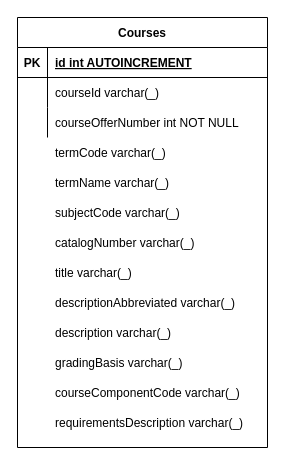
Above: design/Untitled Diagram.drawio in GauravTalreja/ebb (draw.io), before the change. Source tidied: cells renumbered, new cells numbered last; positions are measured from the earlier drawing's top-left corner, leaving out a move shared by most shapes. Both pictures are drawn from the tidied source at 100%, with x=0, y=0 at pixel (17, 17).
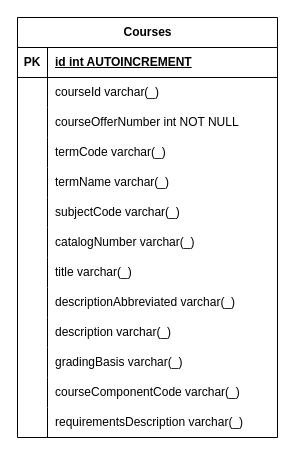
The same diagram, later.

What changed in the source:
```diff
@@
-    <mxCell id="2" value="Courses" style="shape=table;startSize=30;childLayout=tableLayout;rowLines=0;fontStyle=1;align=center;" parent="1" vertex="1">
-      <mxGeometry width="250" height="430" as="geometry" />
+    <mxCell id="2" value="Courses" style="shape=table;startSize=30;childLayout=tableLayout;rowLines=0;fontStyle=1;align=center;html=1;" parent="1" vertex="1">
+      <mxGeometry width="260" height="420" as="geometry" />
     </mxCell>
-    <mxCell id="3" style="shape=partialRectangle;fillColor=none;top=0;left=0;right=0;bottom=1;" parent="2" vertex="1">
-      <mxGeometry y="30" width="250" height="30" as="geometry" />
-    </mxCell>
+    <mxCell id="42" style="shape=tableRow;horizontal=0;startSize=0;swimlaneHead=0;swimlaneBody=0;fillColor=none;top=0;left=0;right=0;bottom=1;" parent="2" vertex="1">
+      <mxGeometry y="30" width="260" height="30" as="geometry" />
+    </mxCell>
-    <mxCell id="4" value="PK" style="shape=partialRectangle;overflow=hidden;fillColor=none;top=0;left=0;bottom=0;right=0;fontStyle=1;" parent="3" vertex="1">
+    <mxCell id="4" value="PK" style="shape=partialRectangle;fillColor=none;top=0;left=0;bottom=0;right=0;fontStyle=1;overflow=hidden;whiteSpace=wrap;html=1;" parent="42" vertex="1">
       <mxGeometry width="30" height="30" as="geometry" />
     </mxCell>
-    <mxCell id="5" value="id int AUTOINCREMENT" style="shape=partialRectangle;overflow=hidden;fillColor=none;top=0;left=0;bottom=0;right=0;align=left;spacingLeft=6;fontStyle=5;" parent="3" vertex="1">
-      <mxGeometry x="30" width="220" height="30" as="geometry" />
+    <mxCell id="5" value="id&amp;nbsp;int AUTOINCREMENT" style="shape=partialRectangle;fillColor=none;top=0;left=0;bottom=0;right=0;align=left;spacingLeft=6;fontStyle=5;overflow=hidden;whiteSpace=wrap;html=1;" parent="42" vertex="1">
+      <mxGeometry x="30" width="230" height="30" as="geometry" />
     </mxCell>
-    <mxCell id="6" style="shape=partialRectangle;fillColor=none;top=0;left=0;right=0;bottom=0;" parent="2" vertex="1">
-      <mxGeometry y="60" width="250" height="30" as="geometry" />
-    </mxCell>
-    <mxCell id="7" style="shape=partialRectangle;overflow=hidden;fillColor=none;top=0;left=0;bottom=0;right=0;" parent="6" vertex="1">
-      <mxGeometry width="30" height="30" as="geometry" />
-    </mxCell>
+    <mxCell id="43" style="shape=tableRow;horizontal=0;startSize=0;swimlaneHead=0;swimlaneBody=0;fillColor=none;top=0;left=0;right=0;bottom=0;" parent="2" vertex="1">
+      <mxGeometry y="60" width="260" height="30" as="geometry" />
+    </mxCell>
+    <mxCell id="44" style="shape=partialRectangle;fillColor=none;top=0;left=0;bottom=0;right=0;overflow=hidden;whiteSpace=wrap;html=1;" parent="43" vertex="1">
+      <mxGeometry width="30" height="30" as="geometry" />
+    </mxCell>
-    <mxCell id="8" value="courseId varchar(_)" style="shape=partialRectangle;overflow=hidden;fillColor=none;top=0;left=0;bottom=0;right=0;align=left;spacingLeft=6;" parent="6" vertex="1">
-      <mxGeometry x="30" width="220" height="30" as="geometry" />
+    <mxCell id="8" value="courseId varchar(_)" style="shape=partialRectangle;fillColor=none;top=0;left=0;bottom=0;right=0;align=left;spacingLeft=6;overflow=hidden;whiteSpace=wrap;html=1;" parent="43" vertex="1">
+      <mxGeometry x="30" width="230" height="30" as="geometry" />
     </mxCell>
-    <mxCell id="9" style="shape=partialRectangle;fillColor=none;top=0;left=0;right=0;bottom=0;" parent="2" vertex="1">
-      <mxGeometry y="90" width="250" height="30" as="geometry" />
-    </mxCell>
-    <mxCell id="10" style="shape=partialRectangle;overflow=hidden;fillColor=none;top=0;left=0;bottom=0;right=0;" parent="9" vertex="1">
-      <mxGeometry width="30" height="30" as="geometry" />
-    </mxCell>
+    <mxCell id="45" style="shape=tableRow;horizontal=0;startSize=0;swimlaneHead=0;swimlaneBody=0;fillColor=none;top=0;left=0;right=0;bottom=0;" parent="2" vertex="1">
+      <mxGeometry y="90" width="260" height="30" as="geometry" />
+    </mxCell>
+    <mxCell id="46" style="shape=partialRectangle;fillColor=none;top=0;left=0;bottom=0;right=0;overflow=hidden;whiteSpace=wrap;html=1;" parent="45" vertex="1">
+      <mxGeometry width="30" height="30" as="geometry" />
+    </mxCell>
-    <mxCell id="11" value="courseOfferNumber int NOT NULL" style="shape=partialRectangle;overflow=hidden;fillColor=none;top=0;left=0;bottom=0;right=0;align=left;spacingLeft=6;" parent="9" vertex="1">
-      <mxGeometry x="30" width="220" height="30" as="geometry" />
+    <mxCell id="11" value="courseOfferNumber int NOT NULL" style="shape=partialRectangle;fillColor=none;top=0;left=0;bottom=0;right=0;align=left;spacingLeft=6;overflow=hidden;whiteSpace=wrap;html=1;" parent="45" vertex="1">
+      <mxGeometry x="30" width="230" height="30" as="geometry" />
     </mxCell>
-    <mxCell id="12" style="shape=partialRectangle;fillColor=none;top=0;left=0;right=0;bottom=0;" parent="1" vertex="1">
-      <mxGeometry y="120" width="250" height="30" as="geometry" />
-    </mxCell>
-    <mxCell id="13" style="shape=partialRectangle;overflow=hidden;fillColor=none;top=0;left=0;bottom=0;right=0;" parent="12" vertex="1">
-      <mxGeometry width="30" height="30" as="geometry" />
-    </mxCell>
+    <mxCell id="47" style="shape=tableRow;horizontal=0;startSize=0;swimlaneHead=0;swimlaneBody=0;fillColor=none;top=0;left=0;right=0;bottom=0;" parent="2" vertex="1">
+      <mxGeometry y="120" width="260" height="30" as="geometry" />
+    </mxCell>
+    <mxCell id="48" style="shape=partialRectangle;fillColor=none;top=0;left=0;bottom=0;right=0;overflow=hidden;whiteSpace=wrap;html=1;" parent="47" vertex="1">
+      <mxGeometry width="30" height="30" as="geometry" />
+    </mxCell>
-    <mxCell id="14" value="termCode varchar(_)" style="shape=partialRectangle;overflow=hidden;fillColor=none;top=0;left=0;bottom=0;right=0;align=left;spacingLeft=6;" parent="12" vertex="1">
-      <mxGeometry x="30" width="220" height="30" as="geometry" />
+    <mxCell id="14" value="termCode varchar(_)" style="shape=partialRectangle;fillColor=none;top=0;left=0;bottom=0;right=0;align=left;spacingLeft=6;overflow=hidden;whiteSpace=wrap;html=1;" parent="47" vertex="1">
+      <mxGeometry x="30" width="230" height="30" as="geometry" />
     </mxCell>
-    <mxCell id="15" style="shape=partialRectangle;fillColor=none;top=0;left=0;right=0;bottom=0;" parent="1" vertex="1">
-      <mxGeometry y="150" width="250" height="30" as="geometry" />
-    </mxCell>
-    <mxCell id="16" style="shape=partialRectangle;overflow=hidden;fillColor=none;top=0;left=0;bottom=0;right=0;" parent="15" vertex="1">
-      <mxGeometry width="30" height="30" as="geometry" />
-    </mxCell>
+    <mxCell id="49" style="shape=tableRow;horizontal=0;startSize=0;swimlaneHead=0;swimlaneBody=0;fillColor=none;top=0;left=0;right=0;bottom=0;" parent="2" vertex="1">
+      <mxGeometry y="150" width="260" height="30" as="geometry" />
+    </mxCell>
+    <mxCell id="50" style="shape=partialRectangle;fillColor=none;top=0;left=0;bottom=0;right=0;overflow=hidden;whiteSpace=wrap;html=1;" parent="49" vertex="1">
+      <mxGeometry width="30" height="30" as="geometry" />
+    </mxCell>
-    <mxCell id="17" value="termName varchar(_)" style="shape=partialRectangle;overflow=hidden;fillColor=none;top=0;left=0;bottom=0;right=0;align=left;spacingLeft=6;" parent="15" vertex="1">
-      <mxGeometry x="30" width="220" height="30" as="geometry" />
+    <mxCell id="17" value="termName varchar(_)" style="shape=partialRectangle;fillColor=none;top=0;left=0;bottom=0;right=0;align=left;spacingLeft=6;overflow=hidden;whiteSpace=wrap;html=1;" parent="49" vertex="1">
+      <mxGeometry x="30" width="230" height="30" as="geometry" />
     </mxCell>
-    <mxCell id="18" style="shape=partialRectangle;fillColor=none;top=0;left=0;right=0;bottom=0;" parent="1" vertex="1">
-      <mxGeometry y="180" width="250" height="30" as="geometry" />
-    </mxCell>
-    <mxCell id="19" style="shape=partialRectangle;overflow=hidden;fillColor=none;top=0;left=0;bottom=0;right=0;" parent="18" vertex="1">
-      <mxGeometry width="30" height="30" as="geometry" />
-    </mxCell>
+    <mxCell id="51" style="shape=tableRow;horizontal=0;startSize=0;swimlaneHead=0;swimlaneBody=0;fillColor=none;top=0;left=0;right=0;bottom=0;" parent="2" vertex="1">
+      <mxGeometry y="180" width="260" height="30" as="geometry" />
+    </mxCell>
+    <mxCell id="52" style="shape=partialRectangle;fillColor=none;top=0;left=0;bottom=0;right=0;overflow=hidden;whiteSpace=wrap;html=1;" parent="51" vertex="1">
+      <mxGeometry width="30" height="30" as="geometry" />
+    </mxCell>
-    <mxCell id="20" value="subjectCode varchar(_)" style="shape=partialRectangle;overflow=hidden;fillColor=none;top=0;left=0;bottom=0;right=0;align=left;spacingLeft=6;" parent="18" vertex="1">
-      <mxGeometry x="30" width="220" height="30" as="geometry" />
+    <mxCell id="20" value="subjectCode varchar(_)" style="shape=partialRectangle;fillColor=none;top=0;left=0;bottom=0;right=0;align=left;spacingLeft=6;overflow=hidden;whiteSpace=wrap;html=1;" parent="51" vertex="1">
+      <mxGeometry x="30" width="230" height="30" as="geometry" />
     </mxCell>
-    <mxCell id="21" style="shape=partialRectangle;fillColor=none;top=0;left=0;right=0;bottom=0;" parent="1" vertex="1">
-      <mxGeometry y="210" width="250" height="30" as="geometry" />
-    </mxCell>
-    <mxCell id="22" style="shape=partialRectangle;overflow=hidden;fillColor=none;top=0;left=0;bottom=0;right=0;" parent="21" vertex="1">
-      <mxGeometry width="30" height="30" as="geometry" />
-    </mxCell>
+    <mxCell id="53" style="shape=tableRow;horizontal=0;startSize=0;swimlaneHead=0;swimlaneBody=0;fillColor=none;top=0;left=0;right=0;bottom=0;" parent="2" vertex="1">
+      <mxGeometry y="210" width="260" height="30" as="geometry" />
+    </mxCell>
+    <mxCell id="54" style="shape=partialRectangle;fillColor=none;top=0;left=0;bottom=0;right=0;overflow=hidden;whiteSpace=wrap;html=1;" parent="53" vertex="1">
+      <mxGeometry width="30" height="30" as="geometry" />
+    </mxCell>
-    <mxCell id="23" value="catalogNumber varchar(_)" style="shape=partialRectangle;overflow=hidden;fillColor=none;top=0;left=0;bottom=0;right=0;align=left;spacingLeft=6;" parent="21" vertex="1">
-      <mxGeometry x="30" width="220" height="30" as="geometry" />
+    <mxCell id="23" value="catalogNumber varchar(_)" style="shape=partialRectangle;fillColor=none;top=0;left=0;bottom=0;right=0;align=left;spacingLeft=6;overflow=hidden;whiteSpace=wrap;html=1;" parent="53" vertex="1">
+      <mxGeometry x="30" width="230" height="30" as="geometry" />
     </mxCell>
-    <mxCell id="24" style="shape=partialRectangle;fillColor=none;top=0;left=0;right=0;bottom=0;" parent="1" vertex="1">
-      <mxGeometry y="270" width="250" height="30" as="geometry" />
-    </mxCell>
-    <mxCell id="25" style="shape=partialRectangle;overflow=hidden;fillColor=none;top=0;left=0;bottom=0;right=0;" parent="24" vertex="1">
-      <mxGeometry width="30" height="30" as="geometry" />
-    </mxCell>
+    <mxCell id="55" style="shape=tableRow;horizontal=0;startSize=0;swimlaneHead=0;swimlaneBody=0;fillColor=none;top=0;left=0;right=0;bottom=0;" parent="2" vertex="1">
+      <mxGeometry y="240" width="260" height="30" as="geometry" />
+    </mxCell>
+    <mxCell id="56" style="shape=partialRectangle;fillColor=none;top=0;left=0;bottom=0;right=0;overflow=hidden;whiteSpace=wrap;html=1;" parent="55" vertex="1">
+      <mxGeometry width="30" height="30" as="geometry" />
+    </mxCell>
+    <mxCell id="29" value="title varchar(_)" style="shape=partialRectangle;fillColor=none;top=0;left=0;bottom=0;right=0;align=left;spacingLeft=6;overflow=hidden;whiteSpace=wrap;html=1;" parent="55" vertex="1">
+      <mxGeometry x="30" width="230" height="30" as="geometry" />
+    </mxCell>
+    <mxCell id="57" style="shape=tableRow;horizontal=0;startSize=0;swimlaneHead=0;swimlaneBody=0;fillColor=none;top=0;left=0;right=0;bottom=0;" parent="2" vertex="1">
+      <mxGeometry y="270" width="260" height="30" as="geometry" />
+    </mxCell>
+    <mxCell id="58" style="shape=partialRectangle;fillColor=none;top=0;left=0;bottom=0;right=0;overflow=hidden;whiteSpace=wrap;html=1;" parent="57" vertex="1">
+      <mxGeometry width="30" height="30" as="geometry" />
+    </mxCell>
-    <mxCell id="26" value="descriptionAbbreviated varchar(_)" style="shape=partialRectangle;overflow=hidden;fillColor=none;top=0;left=0;bottom=0;right=0;align=left;spacingLeft=6;" parent="24" vertex="1">
-      <mxGeometry x="30" width="220" height="30" as="geometry" />
+    <mxCell id="26" value="descriptionAbbreviated varchar(_)" style="shape=partialRectangle;fillColor=none;top=0;left=0;bottom=0;right=0;align=left;spacingLeft=6;overflow=hidden;whiteSpace=wrap;html=1;" parent="57" vertex="1">
+      <mxGeometry x="30" width="230" height="30" as="geometry" />
     </mxCell>
-    <mxCell id="27" style="shape=partialRectangle;fillColor=none;top=0;left=0;right=0;bottom=0;" parent="1" vertex="1">
-      <mxGeometry y="240" width="250" height="30" as="geometry" />
-    </mxCell>
-    <mxCell id="28" style="shape=partialRectangle;overflow=hidden;fillColor=none;top=0;left=0;bottom=0;right=0;" parent="27" vertex="1">
-      <mxGeometry width="30" height="30" as="geometry" />
-    </mxCell>
-    <mxCell id="29" value="title varchar(_)" style="shape=partialRectangle;overflow=hidden;fillColor=none;top=0;left=0;bottom=0;right=0;align=left;spacingLeft=6;" parent="27" vertex="1">
-      <mxGeometry x="30" width="220" height="30" as="geometry" />
-    </mxCell>
-    <mxCell id="30" style="shape=partialRectangle;fillColor=none;top=0;left=0;right=0;bottom=0;" parent="1" vertex="1">
-      <mxGeometry y="330" width="250" height="30" as="geometry" />
-    </mxCell>
-    <mxCell id="31" style="shape=partialRectangle;overflow=hidden;fillColor=none;top=0;left=0;bottom=0;right=0;" parent="30" vertex="1">
-      <mxGeometry width="30" height="30" as="geometry" />
-    </mxCell>
+    <mxCell id="59" style="shape=tableRow;horizontal=0;startSize=0;swimlaneHead=0;swimlaneBody=0;fillColor=none;top=0;left=0;right=0;bottom=0;" parent="2" vertex="1">
+      <mxGeometry y="300" width="260" height="30" as="geometry" />
+    </mxCell>
+    <mxCell id="60" style="shape=partialRectangle;fillColor=none;top=0;left=0;bottom=0;right=0;overflow=hidden;whiteSpace=wrap;html=1;" parent="59" vertex="1">
+      <mxGeometry width="30" height="30" as="geometry" />
+    </mxCell>
+    <mxCell id="35" value="description varchar(_)" style="shape=partialRectangle;fillColor=none;top=0;left=0;bottom=0;right=0;align=left;spacingLeft=6;overflow=hidden;whiteSpace=wrap;html=1;" parent="59" vertex="1">
+      <mxGeometry x="30" width="230" height="30" as="geometry" />
+    </mxCell>
+    <mxCell id="61" style="shape=tableRow;horizontal=0;startSize=0;swimlaneHead=0;swimlaneBody=0;fillColor=none;top=0;left=0;right=0;bottom=0;" parent="2" vertex="1">
+      <mxGeometry y="330" width="260" height="30" as="geometry" />
+    </mxCell>
+    <mxCell id="62" style="shape=partialRectangle;fillColor=none;top=0;left=0;bottom=0;right=0;overflow=hidden;whiteSpace=wrap;html=1;" parent="61" vertex="1">
+      <mxGeometry width="30" height="30" as="geometry" />
+    </mxCell>
-    <mxCell id="32" value="gradingBasis varchar(_)" style="shape=partialRectangle;overflow=hidden;fillColor=none;top=0;left=0;bottom=0;right=0;align=left;spacingLeft=6;" parent="30" vertex="1">
-      <mxGeometry x="30" width="220" height="30" as="geometry" />
+    <mxCell id="32" value="gradingBasis varchar(_)" style="shape=partialRectangle;fillColor=none;top=0;left=0;bottom=0;right=0;align=left;spacingLeft=6;overflow=hidden;whiteSpace=wrap;html=1;" parent="61" vertex="1">
+      <mxGeometry x="30" width="230" height="30" as="geometry" />
     </mxCell>
-    <mxCell id="33" style="shape=partialRectangle;fillColor=none;top=0;left=0;right=0;bottom=0;" parent="1" vertex="1">
-      <mxGeometry y="300" width="250" height="30" as="geometry" />
-    </mxCell>
-    <mxCell id="34" style="shape=partialRectangle;overflow=hidden;fillColor=none;top=0;left=0;bottom=0;right=0;" parent="33" vertex="1">
-      <mxGeometry width="30" height="30" as="geometry" />
-    </mxCell>
-    <mxCell id="35" value="description varchar(_)" style="shape=partialRectangle;overflow=hidden;fillColor=none;top=0;left=0;bottom=0;right=0;align=left;spacingLeft=6;" parent="33" vertex="1">
-      <mxGeometry x="30" width="220" height="30" as="geometry" />
-    </mxCell>
-    <mxCell id="36" style="shape=partialRectangle;fillColor=none;top=0;left=0;right=0;bottom=0;" parent="1" vertex="1">
-      <mxGeometry y="360" width="250" height="30" as="geometry" />
-    </mxCell>
-    <mxCell id="37" style="shape=partialRectangle;overflow=hidden;fillColor=none;top=0;left=0;bottom=0;right=0;" parent="36" vertex="1">
-      <mxGeometry width="30" height="30" as="geometry" />
-    </mxCell>
+    <mxCell id="63" style="shape=tableRow;horizontal=0;startSize=0;swimlaneHead=0;swimlaneBody=0;fillColor=none;top=0;left=0;right=0;bottom=0;" parent="2" vertex="1">
+      <mxGeometry y="360" width="260" height="30" as="geometry" />
+    </mxCell>
+    <mxCell id="64" style="shape=partialRectangle;fillColor=none;top=0;left=0;bottom=0;right=0;overflow=hidden;whiteSpace=wrap;html=1;" parent="63" vertex="1">
+      <mxGeometry width="30" height="30" as="geometry" />
+    </mxCell>
-    <mxCell id="38" value="courseComponentCode varchar(_)" style="shape=partialRectangle;overflow=hidden;fillColor=none;top=0;left=0;bottom=0;right=0;align=left;spacingLeft=6;" parent="36" vertex="1">
-      <mxGeometry x="30" width="220" height="30" as="geometry" />
+    <mxCell id="38" value="courseComponentCode varchar(_)" style="shape=partialRectangle;fillColor=none;top=0;left=0;bottom=0;right=0;align=left;spacingLeft=6;overflow=hidden;whiteSpace=wrap;html=1;" parent="63" vertex="1">
+      <mxGeometry x="30" width="230" height="30" as="geometry" />
     </mxCell>
-    <mxCell id="39" style="shape=partialRectangle;fillColor=none;top=0;left=0;right=0;bottom=0;" parent="1" vertex="1">
-      <mxGeometry y="390" width="250" height="30" as="geometry" />
-    </mxCell>
-    <mxCell id="40" style="shape=partialRectangle;overflow=hidden;fillColor=none;top=0;left=0;bottom=0;right=0;" parent="39" vertex="1">
-      <mxGeometry width="30" height="30" as="geometry" />
-    </mxCell>
+    <mxCell id="65" style="shape=tableRow;horizontal=0;startSize=0;swimlaneHead=0;swimlaneBody=0;fillColor=none;top=0;left=0;right=0;bottom=0;" parent="2" vertex="1">
+      <mxGeometry y="390" width="260" height="30" as="geometry" />
+    </mxCell>
+    <mxCell id="66" style="shape=partialRectangle;fillColor=none;top=0;left=0;bottom=0;right=0;overflow=hidden;whiteSpace=wrap;html=1;" parent="65" vertex="1">
+      <mxGeometry width="30" height="30" as="geometry" />
+    </mxCell>
-    <mxCell id="41" value="requirementsDescription varchar(_)" style="shape=partialRectangle;overflow=hidden;fillColor=none;top=0;left=0;bottom=0;right=0;align=left;spacingLeft=6;" parent="39" vertex="1">
-      <mxGeometry x="30" width="220" height="30" as="geometry" />
+    <mxCell id="41" value="requirementsDescription varchar(_)" style="shape=partialRectangle;fillColor=none;top=0;left=0;bottom=0;right=0;align=left;spacingLeft=6;overflow=hidden;whiteSpace=wrap;html=1;" parent="65" vertex="1">
+      <mxGeometry x="30" width="230" height="30" as="geometry" />
     </mxCell>
```
